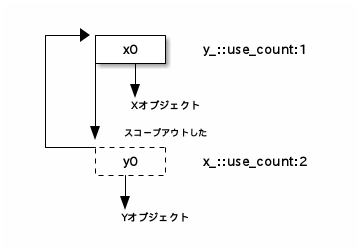
ichiroprogrammer/deep_cpp keeps this PlantUML diagram as plant_uml/shared_cyclic_2.png. Above is the earlier version. Its source is kept beside it as plant_uml/shared_cyclic_2.pu.
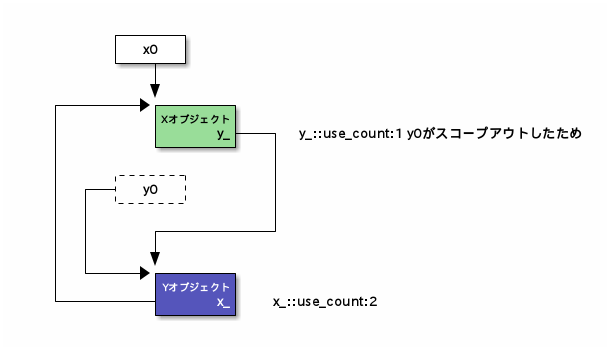
After the change.

What changed in the source:
```diff
@@ -1,18 +1,25 @@
 @startditaa
 
-  +--->+------+
-  |    |  x0  | y_꞉꞉use_count꞉1
-  |    +---+--+
-  |    |   |
-  |    |   V
-  |    |   Xオブジェクト
-  |    |
-  |    V  スコープアウトした
-  +----+-=----+
-       |  y0  | x_꞉꞉use_count꞉2
-       +--+---+
-          |
-          V
-          Yオブジェクト
+         +------+
+         |  x0  |
+         +---+--+
+             |
+             V
+   +-------->+-------+
+   |         |Xオブジェクト|
+   |         |cGRE y_+---+ y_꞉꞉use_count꞉1 y0がスコープアウトしたため
+   |         +-------+   |
+   |                     |
+   |     +-=----+        |
+   |  +--+  y0  |        |
+   |  |  +------+        |
+   |  |                  |
+   |  |      +-----------+
+   |  |      |
+   |  |      V
+   |  +----->+-------+
+   |         |Yオブジェクト|
+   +---------+cBLU x_| x_꞉꞉use_count꞉2
+             +-------+
 
 @endditaa
```
